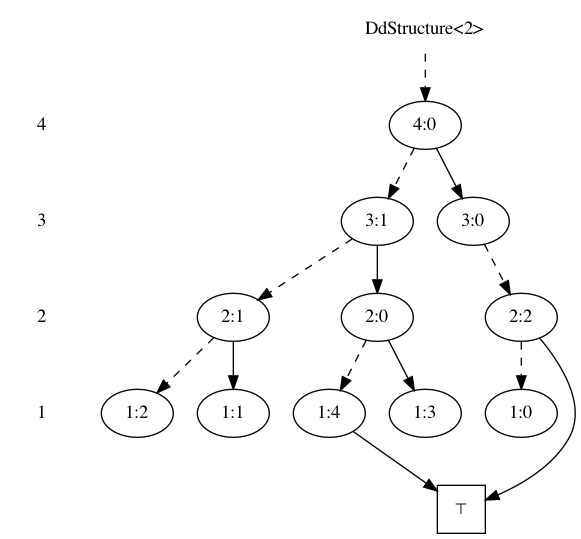
Earlier version of the Graphviz export test.png (fujiyamaorange/frontier-tdzdd-task). Its source is kept beside it as test.dot.
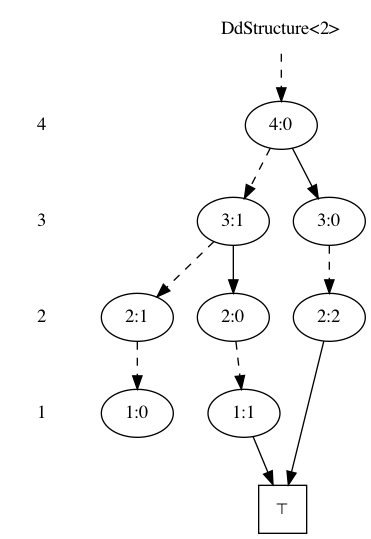
Later version of the same file.

Change to the diagram source:
```diff
@@ -21,19 +21,13 @@
   "2:2" [label="2:0"];
   "2:1" [label="2:1"];
   "2:0" [label="2:2"];
-  "2:0" -> "1:4" [style=dashed];
   "2:0" -> "0:2" [style=solid];
-  "2:1" -> "1:2" [style=dashed];
-  "2:1" -> "1:3" [style=solid];
+  "2:1" -> "1:1" [style=dashed];
   "2:2" -> "1:0" [style=dashed];
-  "2:2" -> "1:1" [style=solid];
   {rank=same; 2; "2:0"; "2:1"; "2:2"}
-  "1:4" [label="1:0"];
-  "1:3" [label="1:1"];
-  "1:2" [label="1:2"];
-  "1:1" [label="1:3"];
-  "1:0" [label="1:4"];
+  "1:1" [label="1:0"];
+  "1:0" [label="1:1"];
   "1:0" -> "0:2" [style=solid];
-  {rank=same; 1; "1:0"; "1:1"; "1:2"; "1:3"; "1:4"}
+  {rank=same; 1; "1:0"; "1:1"}
   "0:2" [shape=square,label="⊤"];
 }
```
